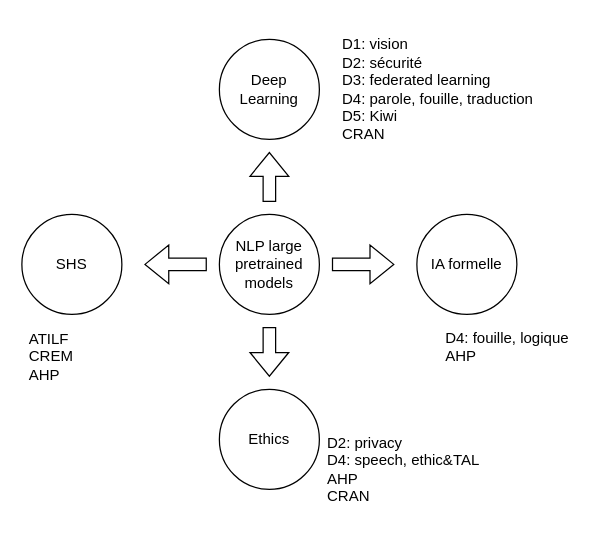
Earlier version of the draw.io diagram axeiatal1.drawio (cerisara/draws). Source tidied: cells renumbered, new cells numbered last; positions are measured from the earlier drawing's top-left corner, leaving out a move shared by most shapes. Both pictures are drawn from the tidied source at 125%, with x=0, y=0 at pixel (21, 21).
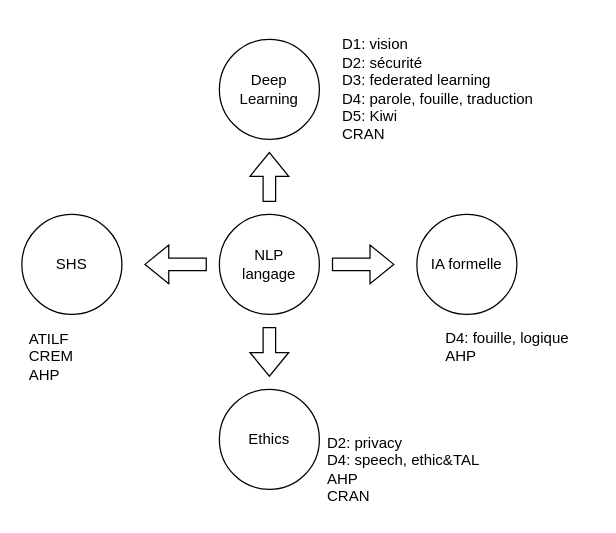
The same page after the edit.

Change to the diagram source:
```diff
@@
 <mxGraphModel>
   <root>
     <mxCell id="0" />
     <mxCell id="1" parent="0" />
-    <mxCell id="2" value="NLP large pretrained models" style="ellipse;whiteSpace=wrap;html=1;" parent="1" vertex="1">
+    <mxCell id="2" value="&lt;div&gt;NLP&lt;/div&gt;&lt;div&gt;langage&lt;br&gt;&lt;/div&gt;" style="ellipse;whiteSpace=wrap;html=1;" parent="1" vertex="1">
       <mxGeometry x="158" y="154" width="80" height="80" as="geometry" />
     </mxCell>
     <mxCell id="3" value="Deep Learning" style="ellipse;whiteSpace=wrap;html=1;" parent="1" vertex="1">
       <mxGeometry x="158" y="14" width="80" height="80" as="geometry" />
     </mxCell>
     <mxCell id="4" value="Ethics" style="ellipse;whiteSpace=wrap;html=1;" parent="1" vertex="1">
       <mxGeometry x="158" y="294" width="80" height="80" as="geometry" />
     </mxCell>
     <mxCell id="5" value="SHS" style="ellipse;whiteSpace=wrap;html=1;" parent="1" vertex="1">
       <mxGeometry y="154" width="80" height="80" as="geometry" />
     </mxCell>
     <mxCell id="6" value="IA formelle" style="ellipse;whiteSpace=wrap;html=1;" parent="1" vertex="1">
       <mxGeometry x="316" y="154" width="80" height="80" as="geometry" />
     </mxCell>
     <mxCell id="7" value="&lt;div align=&quot;left&quot;&gt;D1: vision&lt;/div&gt;&lt;div align=&quot;left&quot;&gt;D2: sécurité&lt;/div&gt;&lt;div align=&quot;left&quot;&gt;D3: federated learning&lt;br&gt;&lt;/div&gt;&lt;div&gt;D4: parole, fouille, traduction&lt;br&gt;&lt;/div&gt;&lt;div align=&quot;left&quot;&gt;D5: Kiwi&lt;/div&gt;&lt;div align=&quot;left&quot;&gt;CRAN&lt;br&gt;&lt;/div&gt;" style="text;html=1;strokeColor=none;fillColor=none;align=center;verticalAlign=middle;whiteSpace=wrap;rounded=0;" parent="1" vertex="1">
       <mxGeometry x="233" y="-0.5" width="200" height="109" as="geometry" />
     </mxCell>
     <mxCell id="8" style="shape=flexArrow;endArrow=classic;html=1;rounded=0;" parent="1" edge="1">
       <mxGeometry relative="1" as="geometry">
         <mxPoint x="198" y="144" as="sourcePoint" />
         <mxPoint x="198" y="104" as="targetPoint" />
       </mxGeometry>
     </mxCell>
     <mxCell id="9" style="shape=flexArrow;endArrow=classic;html=1;rounded=0;" parent="1" edge="1">
       <mxGeometry relative="1" as="geometry">
         <mxPoint x="198" y="244" as="sourcePoint" />
         <mxPoint x="198" y="284" as="targetPoint" />
       </mxGeometry>
     </mxCell>
     <mxCell id="10" style="shape=flexArrow;endArrow=classic;html=1;rounded=0;" parent="1" edge="1">
       <mxGeometry relative="1" as="geometry">
         <mxPoint x="248" y="194" as="sourcePoint" />
         <mxPoint x="298" y="194" as="targetPoint" />
       </mxGeometry>
     </mxCell>
     <mxCell id="11" style="shape=flexArrow;endArrow=classic;html=1;rounded=0;" parent="1" edge="1">
       <mxGeometry relative="1" as="geometry">
         <mxPoint x="148" y="194" as="sourcePoint" />
         <mxPoint x="98" y="194" as="targetPoint" />
       </mxGeometry>
     </mxCell>
     <mxCell id="12" value="D4: fouille, logique&lt;br&gt;&lt;div align=&quot;left&quot;&gt;AHP&lt;br&gt;&lt;/div&gt;" style="text;html=1;strokeColor=none;fillColor=none;align=center;verticalAlign=middle;whiteSpace=wrap;rounded=0;" parent="1" vertex="1">
       <mxGeometry x="319" y="226.5" width="139" height="67.5" as="geometry" />
     </mxCell>
     <mxCell id="13" value="&lt;div align=&quot;left&quot;&gt;D2: privacy&lt;/div&gt;&lt;div&gt;D4: speech, ethic&amp;amp;TAL&lt;br&gt;&lt;/div&gt;&lt;div align=&quot;left&quot;&gt;AHP&lt;/div&gt;&lt;div align=&quot;left&quot;&gt;CRAN&lt;br&gt;&lt;/div&gt;" style="text;html=1;strokeColor=none;fillColor=none;align=center;verticalAlign=middle;whiteSpace=wrap;rounded=0;" parent="1" vertex="1">
       <mxGeometry x="236" y="324" width="139" height="67.5" as="geometry" />
     </mxCell>
     <mxCell id="14" value="&lt;div align=&quot;left&quot;&gt;ATILF&lt;br&gt;&lt;/div&gt;&lt;div align=&quot;left&quot;&gt;CREM&lt;/div&gt;&lt;div align=&quot;left&quot;&gt;AHP&lt;br&gt;&lt;/div&gt;" style="text;html=1;strokeColor=none;fillColor=none;align=left;verticalAlign=middle;whiteSpace=wrap;rounded=0;" parent="1" vertex="1">
       <mxGeometry x="3.5" y="234" width="77.5" height="67.5" as="geometry" />
     </mxCell>
   </root>
 </mxGraphModel>
```
